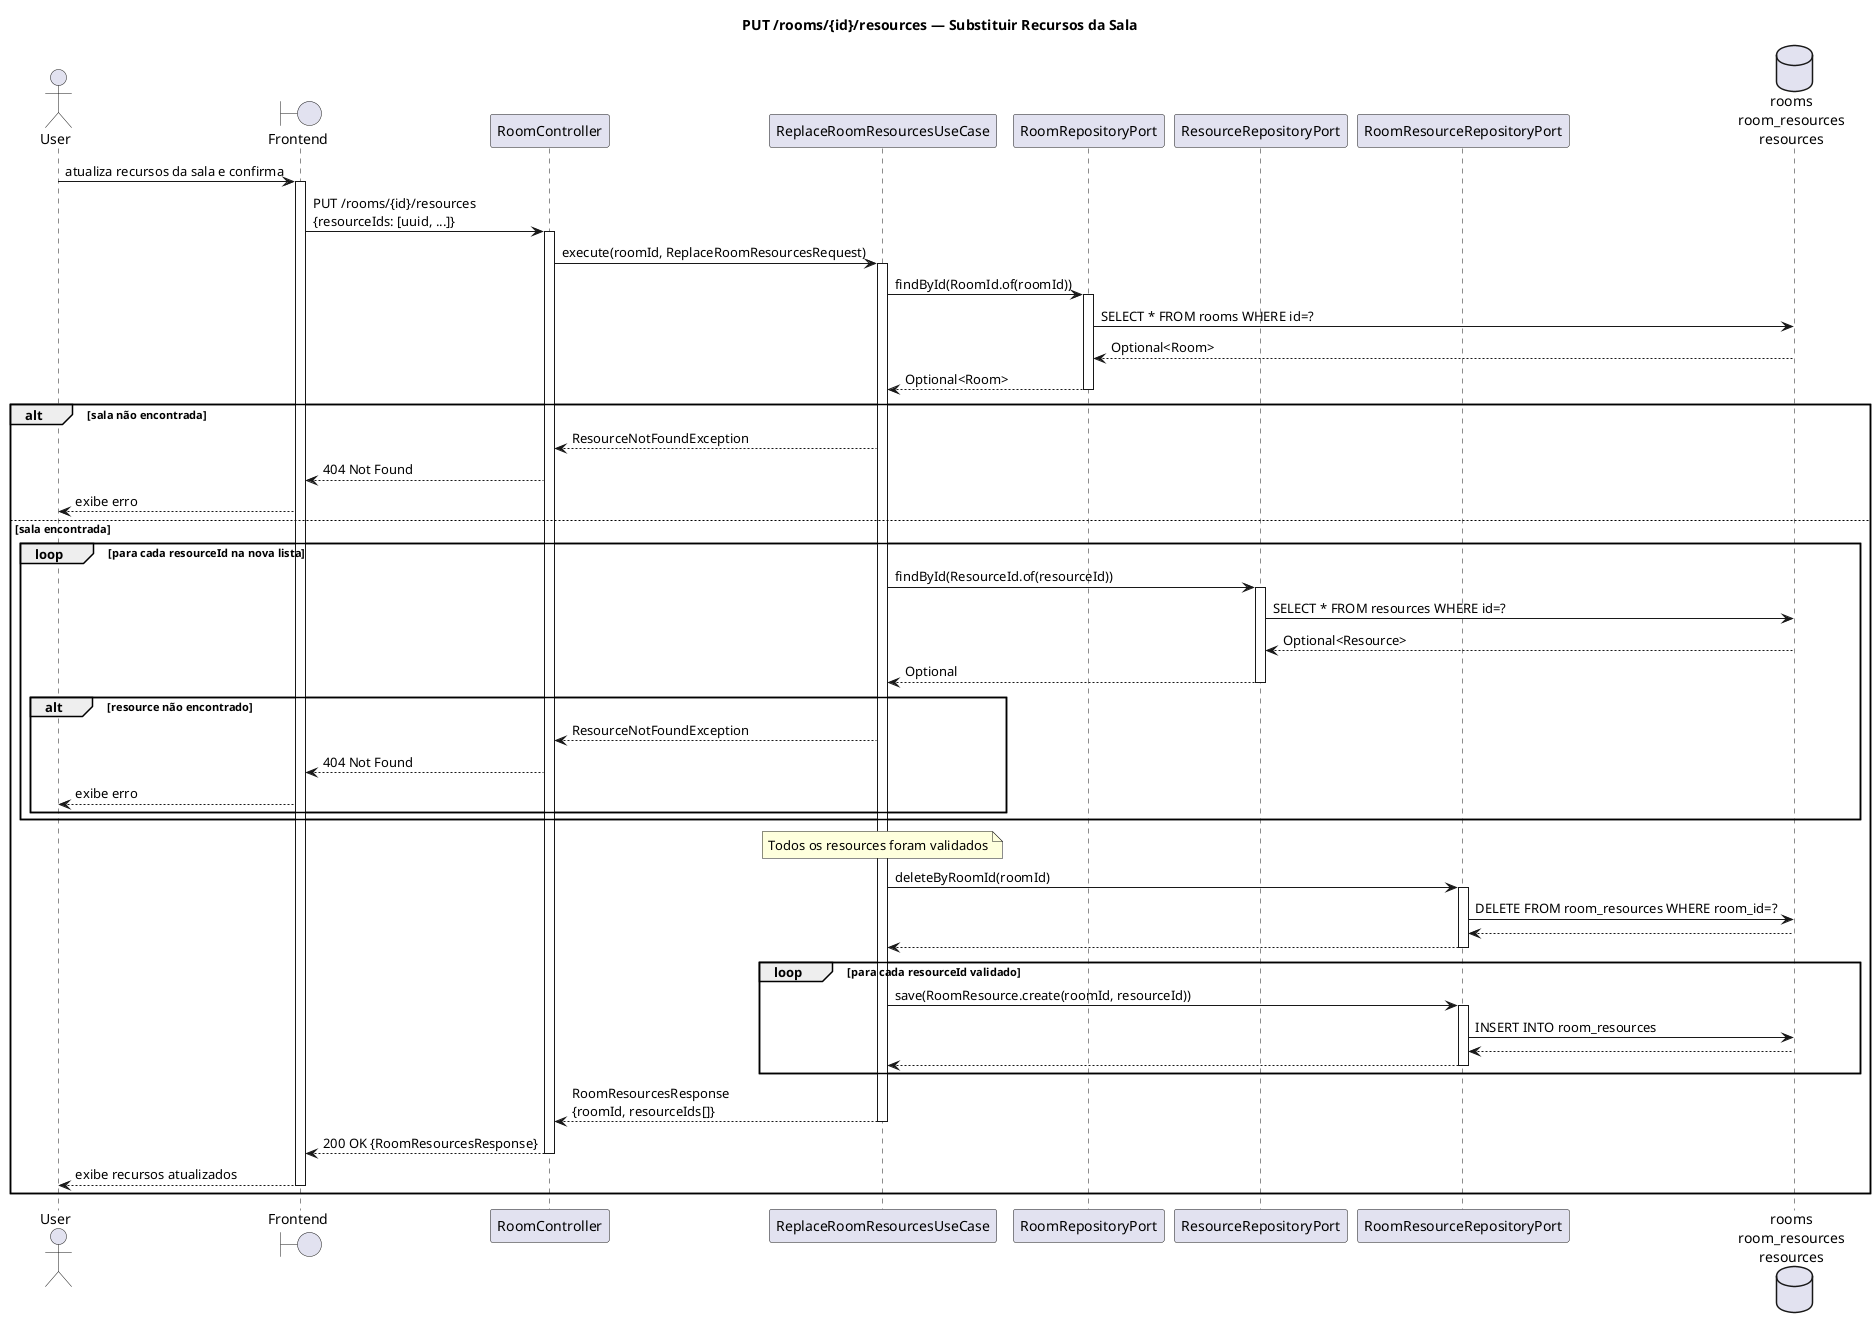
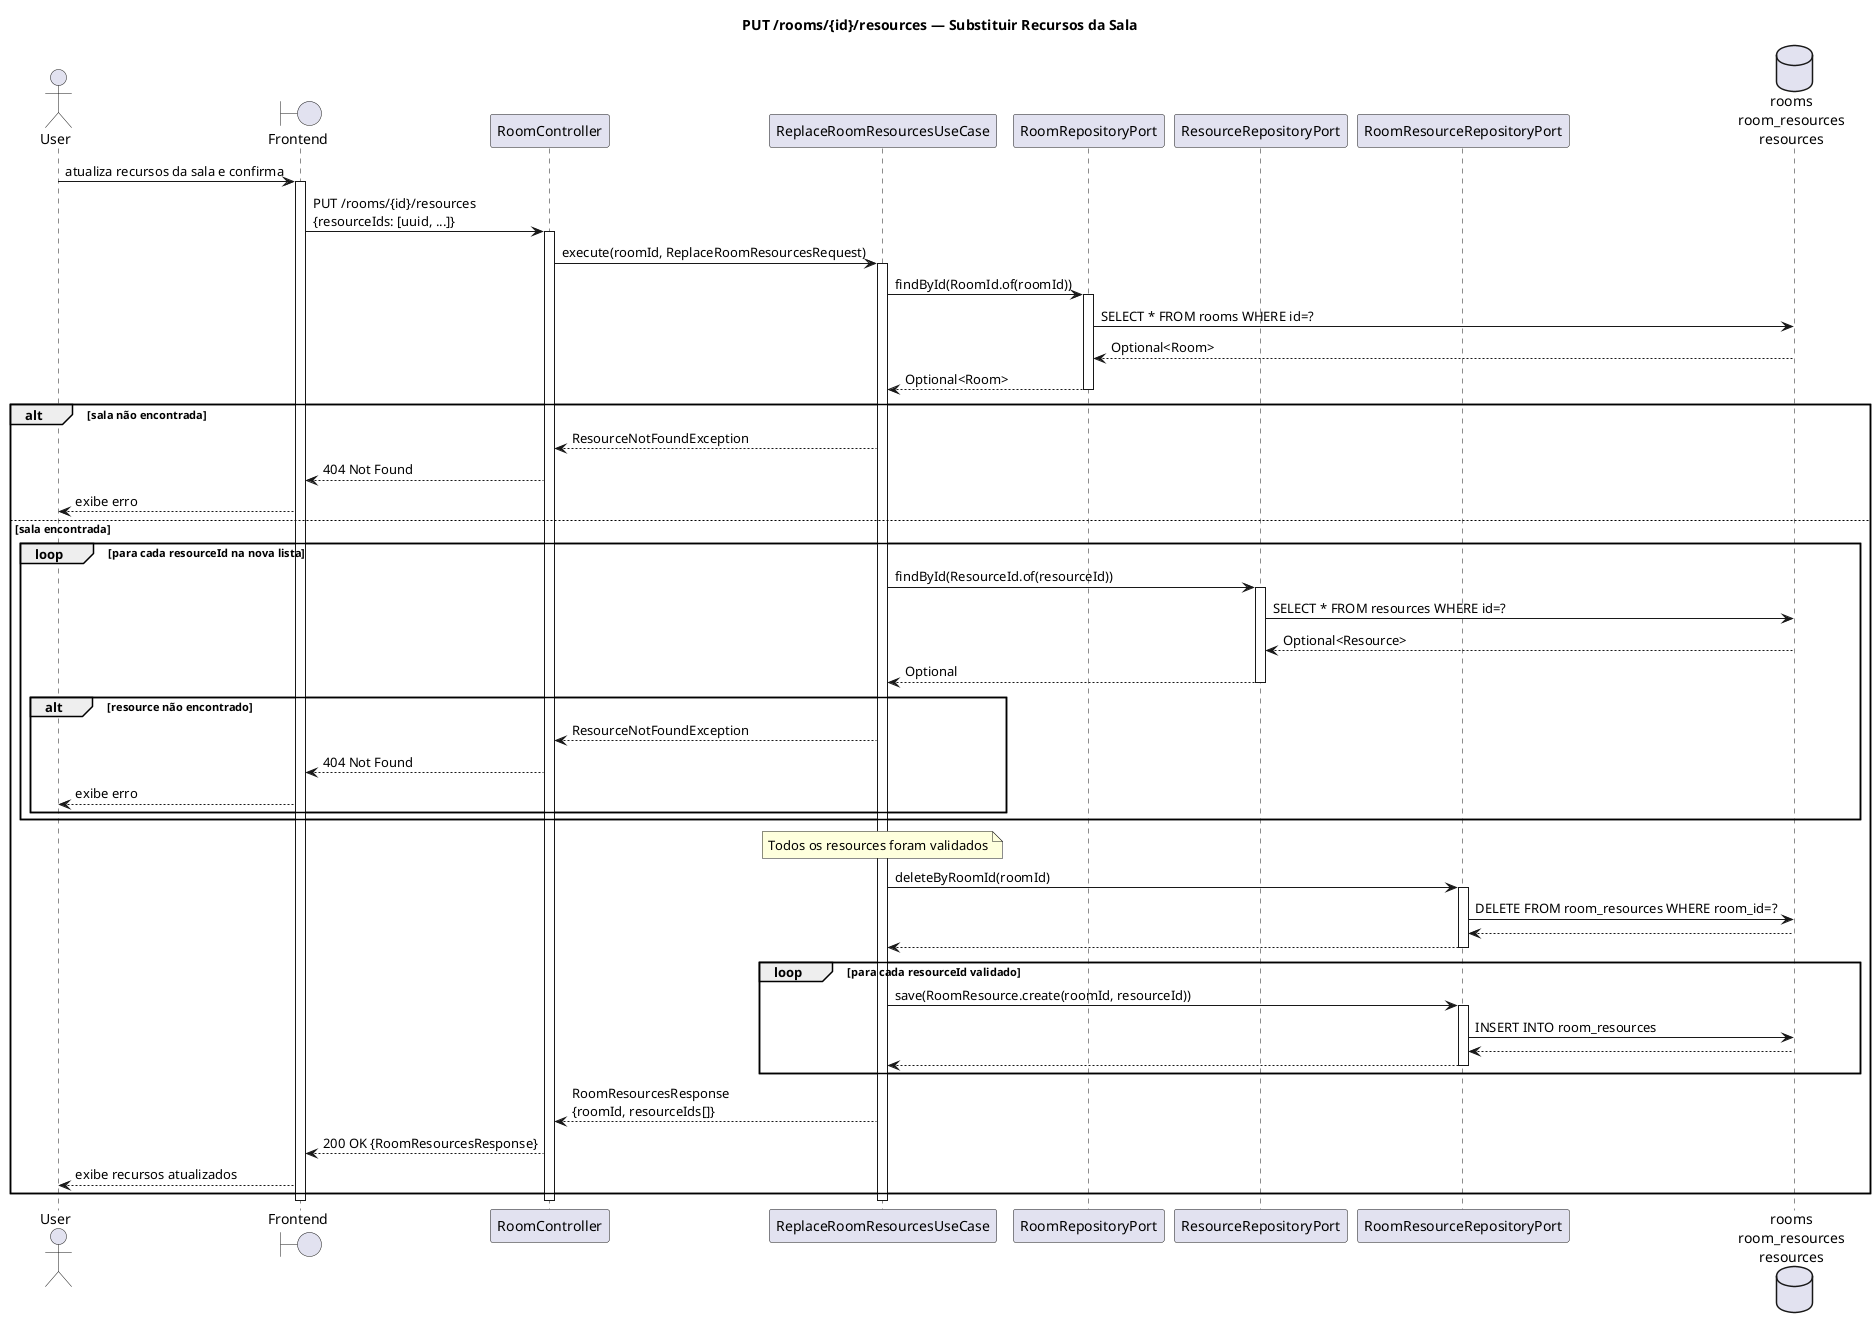
@startuml replace_room_resources

title PUT /rooms/{id}/resources — Substituir Recursos da Sala

actor User
boundary "Frontend" as FE
participant "RoomController" as Ctrl
participant "ReplaceRoomResourcesUseCase" as UC
participant "RoomRepositoryPort" as RoomRepo
participant "ResourceRepositoryPort" as ResRepo
participant "RoomResourceRepositoryPort" as RRRepo
database "rooms\nroom_resources\nresources" as DB

User -> FE: atualiza recursos da sala e confirma
activate FE
FE -> Ctrl: PUT /rooms/{id}/resources\n{resourceIds: [uuid, ...]}
activate Ctrl

Ctrl -> UC: execute(roomId, ReplaceRoomResourcesRequest)
activate UC

UC -> RoomRepo: findById(RoomId.of(roomId))
activate RoomRepo
RoomRepo -> DB: SELECT * FROM rooms WHERE id=?
DB --> RoomRepo: Optional<Room>
RoomRepo --> UC: Optional<Room>
deactivate RoomRepo

alt sala não encontrada
  UC --> Ctrl: ResourceNotFoundException
  Ctrl --> FE: 404 Not Found
  FE --> User: exibe erro
else sala encontrada

  loop para cada resourceId na nova lista
    UC -> ResRepo: findById(ResourceId.of(resourceId))
    activate ResRepo
    ResRepo -> DB: SELECT * FROM resources WHERE id=?
    DB --> ResRepo: Optional<Resource>
    ResRepo --> UC: Optional
    deactivate ResRepo

    alt resource não encontrado
      UC --> Ctrl: ResourceNotFoundException
      Ctrl --> FE: 404 Not Found
      FE --> User: exibe erro
    end
  end

  note over UC: Todos os resources foram validados

  UC -> RRRepo: deleteByRoomId(roomId)
  activate RRRepo
  RRRepo -> DB: DELETE FROM room_resources WHERE room_id=?
  DB --> RRRepo:
  RRRepo --> UC:
  deactivate RRRepo

  loop para cada resourceId validado
    UC -> RRRepo: save(RoomResource.create(roomId, resourceId))
    activate RRRepo
    RRRepo -> DB: INSERT INTO room_resources
    DB --> RRRepo:
    RRRepo --> UC:
    deactivate RRRepo
  end

  UC --> Ctrl: RoomResourcesResponse\n{roomId, resourceIds[]}
-   deactivate UC
  Ctrl --> FE: 200 OK {RoomResourcesResponse}
-   deactivate Ctrl
  FE --> User: exibe recursos atualizados
-   deactivate FE
end

+ deactivate UC
+ deactivate Ctrl
+ deactivate FE
+ 
@enduml
